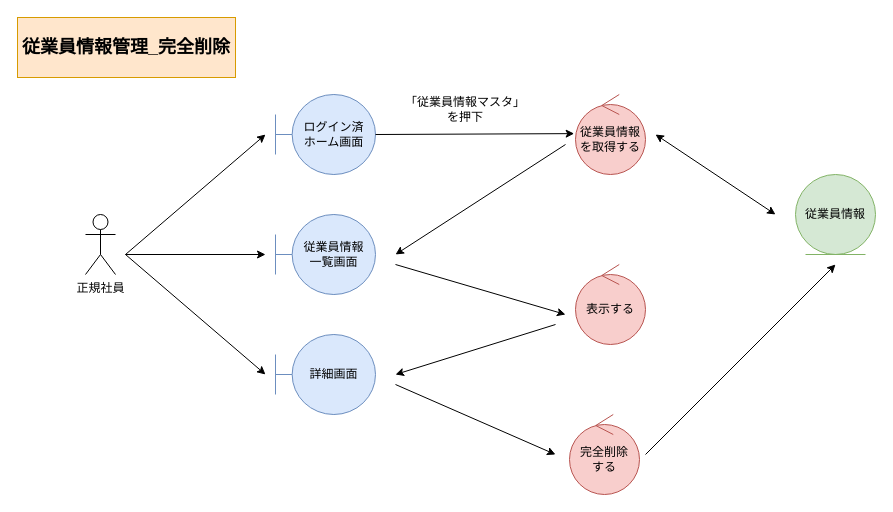
Above: page "*従業員情報管理_完全削除" (5 of 5) of 各種設計書/3ロバストネス図/マスタ管理/1.従業員情報マスタ.drawio in HaruShim/Sotuken (draw.io), before the change. Source tidied: cells renumbered, new cells numbered last; positions are measured from the earlier drawing's top-left corner, leaving out a move shared by most shapes. Both pictures are drawn from the tidied source at 100%, with x=0, y=0 at pixel (17, 17).
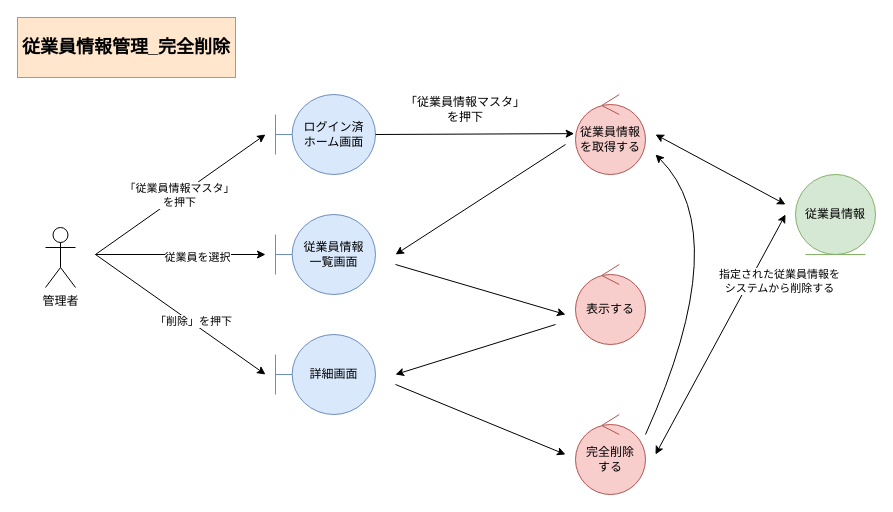
Above is the later version.

Diff of the diagram source:
```diff
@@
-    <mxCell id="2" value="正規社員" style="shape=umlActor;verticalLabelPosition=bottom;verticalAlign=top;html=1;" parent="1" vertex="1">
-      <mxGeometry x="68" y="197" width="30" height="60" as="geometry" />
-    </mxCell>
@@
     <mxCell id="13" style="endArrow=classic;html=1;rounded=0;startArrow=classic;startFill=1;" parent="1" edge="1">
       <mxGeometry relative="1" as="geometry">
         <mxPoint x="638" y="117" as="sourcePoint" />
-        <mxPoint x="758" y="197" as="targetPoint" />
+        <mxPoint x="768" y="187" as="targetPoint" />
       </mxGeometry>
     </mxCell>
     <mxCell id="14" value="完全削除&lt;br&gt;する" style="ellipse;shape=umlControl;whiteSpace=wrap;html=1;fillColor=#f8cecc;strokeColor=#b85450;" parent="1" vertex="1">
-      <mxGeometry x="552" y="397" width="70" height="80" as="geometry" />
+      <mxGeometry x="558" y="397" width="70" height="80" as="geometry" />
     </mxCell>
-    <mxCell id="15" style="endArrow=classic;html=1;rounded=0;" parent="1" edge="1">
+    <mxCell id="15" style="endArrow=classic;html=1;rounded=0;startArrow=classic;startFill=1;" parent="1" edge="1">
       <mxGeometry relative="1" as="geometry">
-        <mxPoint x="628" y="437" as="sourcePoint" />
-        <mxPoint x="818" y="247" as="targetPoint" />
+        <mxPoint x="638" y="437" as="sourcePoint" />
+        <mxPoint x="768" y="197" as="targetPoint" />
       </mxGeometry>
     </mxCell>
+    <mxCell id="22" value="指定された従業員情報を&lt;br&gt;システムから削除する" style="edgeLabel;html=1;align=center;verticalAlign=middle;" parent="15" vertex="1">
+      <mxGeometry x="0.45" y="-2" relative="1" as="geometry">
+        <mxPoint x="27" as="offset" />
+      </mxGeometry>
+    </mxCell>
@@
     <mxCell id="17" style="endArrow=classic;html=1;rounded=0;" parent="1" edge="1">
       <mxGeometry relative="1" as="geometry">
         <mxPoint x="378" y="367" as="sourcePoint" />
-        <mxPoint x="538" y="437" as="targetPoint" />
+        <mxPoint x="548" y="437" as="targetPoint" />
       </mxGeometry>
     </mxCell>
-    <mxCell id="18" style="endArrow=classic;html=1;rounded=0;" parent="1" edge="1">
-      <mxGeometry relative="1" as="geometry">
-        <mxPoint x="108" y="237" as="sourcePoint" />
-        <mxPoint x="248" y="237" as="targetPoint" />
-      </mxGeometry>
-    </mxCell>
-    <mxCell id="19" style="endArrow=classic;html=1;rounded=0;" parent="1" edge="1">
-      <mxGeometry relative="1" as="geometry">
-        <mxPoint x="108" y="237" as="sourcePoint" />
-        <mxPoint x="248" y="117" as="targetPoint" />
-      </mxGeometry>
-    </mxCell>
-    <mxCell id="20" style="endArrow=classic;html=1;rounded=0;" parent="1" edge="1">
-      <mxGeometry relative="1" as="geometry">
-        <mxPoint x="108" y="237" as="sourcePoint" />
-        <mxPoint x="248" y="357" as="targetPoint" />
-      </mxGeometry>
-    </mxCell>
@@
+    <mxCell id="23" value="管理者" style="shape=umlActor;verticalLabelPosition=bottom;verticalAlign=top;html=1;" parent="1" vertex="1">
+      <mxGeometry x="28" y="210" width="30" height="60" as="geometry" />
+    </mxCell>
+    <mxCell id="24" style="endArrow=classic;html=1;rounded=0;" parent="1" edge="1">
+      <mxGeometry relative="1" as="geometry">
+        <mxPoint x="78" y="237" as="sourcePoint" />
+        <mxPoint x="248" y="117" as="targetPoint" />
+      </mxGeometry>
+    </mxCell>
+    <mxCell id="25" value="「従業員情報マスタ」&lt;br&gt;を押下" style="edgeLabel;html=1;align=center;verticalAlign=middle;" parent="24" vertex="1">
+      <mxGeometry x="-0.22" relative="1" as="geometry">
+        <mxPoint x="17" y="-13" as="offset" />
+      </mxGeometry>
+    </mxCell>
+    <mxCell id="26" style="endArrow=classic;html=1;rounded=0;" parent="1" edge="1">
+      <mxGeometry relative="1" as="geometry">
+        <mxPoint x="78" y="237" as="sourcePoint" />
+        <mxPoint x="248" y="237" as="targetPoint" />
+      </mxGeometry>
+    </mxCell>
+    <mxCell id="27" value="従業員を選択" style="edgeLabel;html=1;align=center;verticalAlign=middle;" parent="26" vertex="1">
+      <mxGeometry x="0.19" y="-2" relative="1" as="geometry" />
+    </mxCell>
+    <mxCell id="28" style="endArrow=classic;html=1;rounded=0;" parent="1" edge="1">
+      <mxGeometry relative="1" as="geometry">
+        <mxPoint x="78" y="237" as="sourcePoint" />
+        <mxPoint x="248" y="357" as="targetPoint" />
+      </mxGeometry>
+    </mxCell>
+    <mxCell id="29" value="「削除」を押下" style="edgeLabel;html=1;align=center;verticalAlign=middle;" parent="28" vertex="1">
+      <mxGeometry x="0.2" y="-2" relative="1" as="geometry">
+        <mxPoint x="-3" y="-7" as="offset" />
+      </mxGeometry>
+    </mxCell>
+    <mxCell id="30" style="curved=1;endArrow=classic;html=1;rounded=0;" parent="1" edge="1">
+      <mxGeometry relative="1" as="geometry">
+        <mxPoint x="628" y="417" as="sourcePoint" />
+        <mxPoint x="638" y="137" as="targetPoint" />
+        <Array as="points">
+          <mxPoint x="718" y="217" />
+        </Array>
+      </mxGeometry>
+    </mxCell>
```
